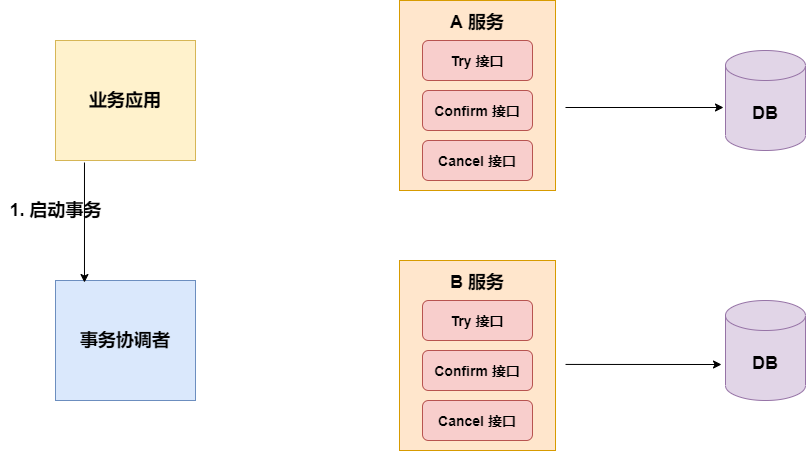
This is TCC交互图.png from fxbin/Image-Of-MySelf, a draw.io export, as it was before one commit. Source tidied: cells renumbered, new cells last; positions are measured from the earlier drawing's top-left corner, leaving out a move shared by most shapes.
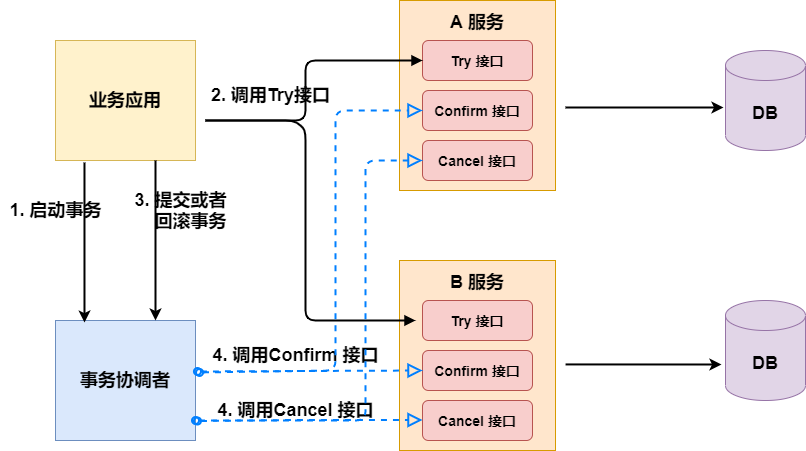
The same file after the commit.

What changed in the source:
```diff
@@ -6,7 +6,7 @@
       <mxGeometry x="55" y="40" width="140" height="120" as="geometry" />
     </mxCell>
     <mxCell id="3" value="&lt;font style=&quot;font-size: 18px&quot;&gt;&lt;b&gt;事务协调者&lt;/b&gt;&lt;/font&gt;" style="rounded=0;whiteSpace=wrap;html=1;fillColor=#dae8fc;strokeColor=#6c8ebf;" parent="1" vertex="1">
-      <mxGeometry x="55" y="280" width="140" height="120" as="geometry" />
+      <mxGeometry x="55" y="320" width="140" height="120" as="geometry" />
     </mxCell>
     <mxCell id="4" value="&lt;font style=&quot;font-size: 18px&quot;&gt;&lt;b&gt;A 服务&lt;br&gt;&lt;br&gt;&lt;br&gt;&lt;br&gt;&lt;br&gt;&lt;br&gt;&lt;br&gt;&lt;br&gt;&lt;/b&gt;&lt;/font&gt;" style="rounded=0;whiteSpace=wrap;html=1;fillColor=#ffe6cc;strokeColor=#d79b00;" parent="1" vertex="1">
       <mxGeometry x="399" width="156" height="190" as="geometry" />
@@ -17,7 +17,7 @@
     <mxCell id="6" value="&lt;font style=&quot;font-size: 18px&quot;&gt;&lt;b&gt;DB&lt;/b&gt;&lt;/font&gt;" style="shape=cylinder3;whiteSpace=wrap;html=1;boundedLbl=1;backgroundOutline=1;size=15;fillColor=#e1d5e7;strokeColor=#9673a6;" parent="1" vertex="1">
       <mxGeometry x="725" y="300" width="80" height="100" as="geometry" />
     </mxCell>
-    <mxCell id="7" style="endArrow=classic;html=1;exitX=0.207;exitY=1.017;exitDx=0;exitDy=0;exitPerimeter=0;entryX=0.207;entryY=0.017;entryDx=0;entryDy=0;entryPerimeter=0;" parent="1" edge="1" source="2" target="3">
+    <mxCell id="7" style="endArrow=classic;html=1;exitX=0.207;exitY=1.017;exitDx=0;exitDy=0;exitPerimeter=0;entryX=0.207;entryY=0.017;entryDx=0;entryDy=0;entryPerimeter=0;strokeWidth=2;" parent="1" edge="1" source="2" target="3">
       <mxGeometry relative="1" as="geometry" />
     </mxCell>
     <mxCell id="8" value="&lt;font style=&quot;font-size: 14px&quot;&gt;&lt;b&gt;Try 接口&lt;/b&gt;&lt;/font&gt;" style="rounded=1;whiteSpace=wrap;html=1;fillColor=#f8cecc;strokeColor=#b85450;" parent="1" vertex="1">
@@ -41,12 +41,12 @@
     <mxCell id="14" value="&lt;font style=&quot;font-size: 14px&quot;&gt;&lt;b&gt;Cancel 接口&lt;/b&gt;&lt;/font&gt;" style="rounded=1;whiteSpace=wrap;html=1;fillColor=#f8cecc;strokeColor=#b85450;" parent="1" vertex="1">
       <mxGeometry x="422" y="400" width="110" height="40" as="geometry" />
     </mxCell>
-    <mxCell id="15" style="endArrow=classic;html=1;entryX=-0.025;entryY=0.57;entryDx=0;entryDy=0;entryPerimeter=0;" parent="1" edge="1" target="5">
+    <mxCell id="15" style="endArrow=classic;html=1;entryX=-0.025;entryY=0.57;entryDx=0;entryDy=0;entryPerimeter=0;strokeWidth=2;" parent="1" edge="1" target="5">
       <mxGeometry relative="1" as="geometry">
         <mxPoint x="565" y="107" as="sourcePoint" />
       </mxGeometry>
     </mxCell>
-    <mxCell id="16" style="endArrow=classic;html=1;exitX=1.026;exitY=0.547;exitDx=0;exitDy=0;exitPerimeter=0;" parent="1" edge="1">
+    <mxCell id="16" style="endArrow=classic;html=1;exitX=1.026;exitY=0.547;exitDx=0;exitDy=0;exitPerimeter=0;strokeWidth=2;" parent="1" edge="1">
       <mxGeometry relative="1" as="geometry">
         <mxPoint x="565.1" y="363.9" as="sourcePoint" />
         <mxPoint x="721" y="364" as="targetPoint" />
@@ -55,5 +55,75 @@
     <mxCell id="17" value="&lt;font style=&quot;font-size: 18px&quot;&gt;&lt;b&gt;1. 启动事务&lt;/b&gt;&lt;/font&gt;" style="text;html=1;align=center;verticalAlign=middle;strokeColor=none;" parent="1" vertex="1">
       <mxGeometry y="200" width="110" height="20" as="geometry" />
     </mxCell>
+    <mxCell id="18" style="endArrow=block;endFill=1;endSize=6;html=1;shadow=0;entryX=0;entryY=0.5;entryDx=0;entryDy=0;rounded=1;sketch=0;strokeWidth=2;" parent="1" edge="1" target="8">
+      <mxGeometry relative="1" as="geometry">
+        <mxPoint x="205" y="120" as="sourcePoint" />
+        <Array as="points">
+          <mxPoint x="305" y="120" />
+          <mxPoint x="305" y="60" />
+        </Array>
+      </mxGeometry>
+    </mxCell>
+    <mxCell id="19" style="endArrow=block;endFill=1;endSize=6;html=1;shadow=0;strokeWidth=2;" parent="1" edge="1">
+      <mxGeometry relative="1" as="geometry">
+        <mxPoint x="205" y="120" as="sourcePoint" />
+        <mxPoint x="415" y="320" as="targetPoint" />
+        <Array as="points">
+          <mxPoint x="295" y="120" />
+          <mxPoint x="305" y="130" />
+          <mxPoint x="305" y="320" />
+        </Array>
+      </mxGeometry>
+    </mxCell>
+    <mxCell id="20" value="&lt;font style=&quot;font-size: 18px&quot;&gt;&lt;b&gt;2. 调用Try接口&lt;/b&gt;&lt;/font&gt;" style="text;html=1;align=center;verticalAlign=middle;strokeColor=none;" parent="1" vertex="1">
+      <mxGeometry x="205" y="85" width="130" height="20" as="geometry" />
+    </mxCell>
+    <mxCell id="21" value="&lt;font style=&quot;font-size: 18px&quot;&gt;&lt;b&gt;3. 提交或者&lt;br&gt;&amp;nbsp; &amp;nbsp; 回滚事务&lt;/b&gt;&lt;/font&gt;" style="text;html=1;align=center;verticalAlign=middle;strokeColor=none;" parent="1" vertex="1">
+      <mxGeometry x="125" y="190" width="110" height="40" as="geometry" />
+    </mxCell>
+    <mxCell id="22" style="startArrow=oval;startFill=0;startSize=7;endArrow=block;endFill=0;endSize=10;dashed=1;html=1;shadow=0;strokeWidth=2;entryX=0;entryY=0.5;entryDx=0;entryDy=0;exitX=1.014;exitY=0.425;exitDx=0;exitDy=0;exitPerimeter=0;strokeColor=#007FFF;" parent="1" edge="1" source="3" target="13">
+      <mxGeometry relative="1" as="geometry" />
+    </mxCell>
+    <mxCell id="23" style="endArrow=classic;html=1;exitX=0.207;exitY=1.017;exitDx=0;exitDy=0;exitPerimeter=0;entryX=0.207;entryY=0.017;entryDx=0;entryDy=0;entryPerimeter=0;strokeWidth=2;" parent="1" edge="1">
+      <mxGeometry relative="1" as="geometry">
+        <mxPoint x="155" y="160" as="sourcePoint" />
+        <mxPoint x="155" y="320" as="targetPoint" />
+      </mxGeometry>
+    </mxCell>
+    <mxCell id="24" style="startArrow=oval;startFill=0;startSize=7;endArrow=block;endFill=0;endSize=10;dashed=1;html=1;shadow=0;strokeWidth=2;entryX=0;entryY=0.5;entryDx=0;entryDy=0;exitX=1.014;exitY=0.425;exitDx=0;exitDy=0;exitPerimeter=0;strokeColor=#007FFF;" parent="1" edge="1">
+      <mxGeometry relative="1" as="geometry">
+        <mxPoint x="197" y="420.5" as="sourcePoint" />
+        <mxPoint x="422" y="419.5" as="targetPoint" />
+        <Array as="points">
+          <mxPoint x="295" y="419.5" />
+        </Array>
+      </mxGeometry>
+    </mxCell>
+    <mxCell id="25" value="&lt;font style=&quot;font-size: 18px&quot;&gt;&lt;b&gt;4. 调用Confirm 接口&lt;/b&gt;&lt;/font&gt;" style="text;html=1;align=center;verticalAlign=middle;strokeColor=none;" parent="1" vertex="1">
+      <mxGeometry x="205" y="345" width="180" height="20" as="geometry" />
+    </mxCell>
+    <mxCell id="26" value="&lt;font style=&quot;font-size: 18px&quot;&gt;&lt;b&gt;4. 调用Cancel 接口&lt;/b&gt;&lt;/font&gt;" style="text;html=1;align=center;verticalAlign=middle;strokeColor=none;" parent="1" vertex="1">
+      <mxGeometry x="210" y="400" width="170" height="20" as="geometry" />
+    </mxCell>
+    <mxCell id="27" style="startArrow=oval;startFill=0;startSize=7;endArrow=block;endFill=0;endSize=10;dashed=1;html=1;shadow=0;strokeWidth=2;entryX=0;entryY=0.5;entryDx=0;entryDy=0;exitX=1.029;exitY=0.433;exitDx=0;exitDy=0;exitPerimeter=0;strokeColor=#007FFF;" parent="1" edge="1" source="3" target="9">
+      <mxGeometry relative="1" as="geometry">
+        <Array as="points">
+          <mxPoint x="335" y="370" />
+          <mxPoint x="335" y="260" />
+          <mxPoint x="335" y="110" />
+        </Array>
+      </mxGeometry>
+    </mxCell>
+    <mxCell id="28" style="startArrow=oval;startFill=0;startSize=7;endArrow=block;endFill=0;endSize=10;dashed=1;html=1;shadow=0;strokeWidth=2;entryX=0;entryY=0.5;entryDx=0;entryDy=0;strokeColor=#007FFF;" parent="1" edge="1" target="10">
+      <mxGeometry relative="1" as="geometry">
+        <mxPoint x="195" y="420" as="sourcePoint" />
+        <Array as="points">
+          <mxPoint x="305" y="420" />
+          <mxPoint x="365" y="420" />
+          <mxPoint x="365" y="350" />
+          <mxPoint x="365" y="160" />
+        </Array>
+      </mxGeometry>
+    </mxCell>
   </root>
 </mxGraphModel>
```
